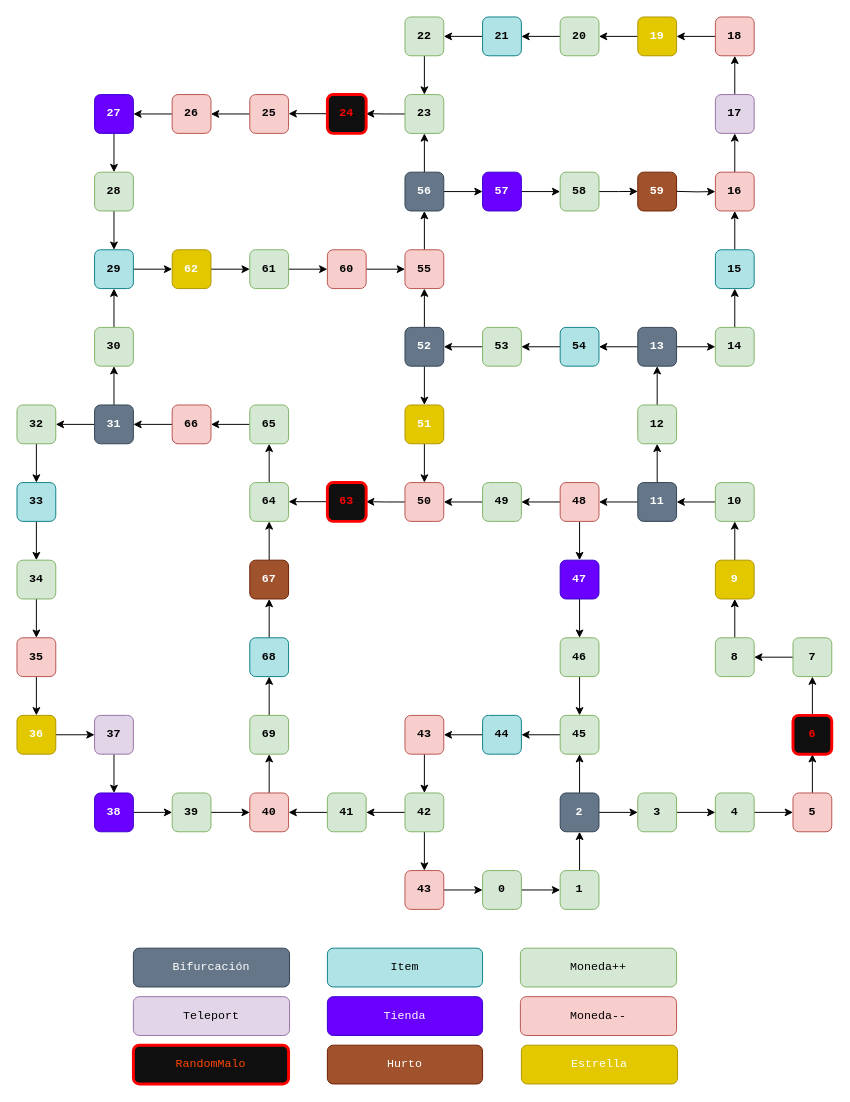
Before: docs/map0.drawio in hansolo-unlam/MarioParty, a draw.io diagram. Source tidied: cells renumbered, new cells numbered last; positions are measured from the earlier drawing's top-left corner, leaving out a move shared by most shapes. Both pictures are drawn from the tidied source at 97%, with x=0, y=0 at pixel (16, 16).
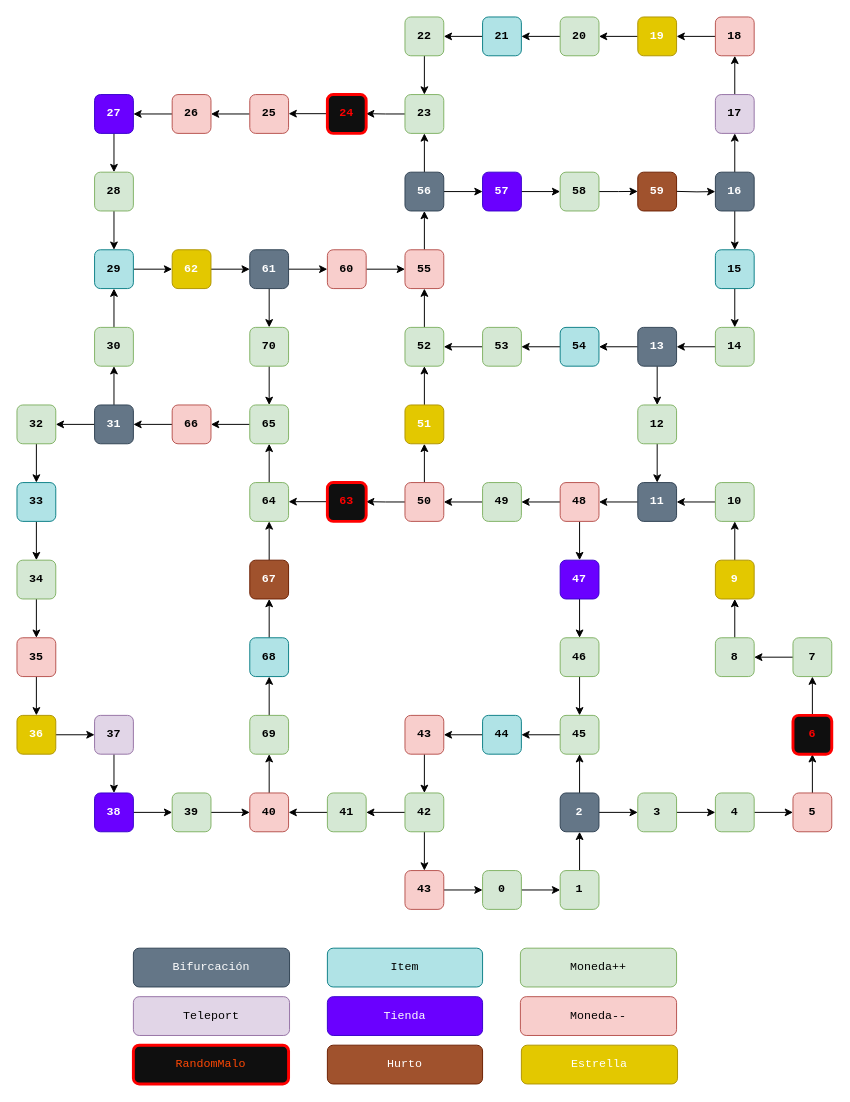
Above is the later version.

Commit message:
Arreglada cagada que me mandé en el mapa

Unchanged cells that the change refers to:
```xml
<mxCell id="32" value="11" style="rounded=1;whiteSpace=wrap;html=1;fontFamily=Courier New;fillColor=#647687;strokeColor=#314354;fontColor=#ffffff;fontStyle=1;" parent="1" vertex="1">
  <mxGeometry x="640" y="480" width="40" height="40" as="geometry" />
</mxCell>
<mxCell id="49" value="50" style="rounded=1;whiteSpace=wrap;html=1;fontFamily=Courier New;fillColor=#f8cecc;strokeColor=#b85450;fontStyle=1;" parent="1" vertex="1">
  <mxGeometry x="400" y="480" width="40" height="40" as="geometry" />
</mxCell>
<mxCell id="52" value="12" style="rounded=1;whiteSpace=wrap;html=1;fontFamily=Courier New;fillColor=#d5e8d4;strokeColor=#82b366;fontStyle=1;" parent="1" vertex="1">
  <mxGeometry x="640" y="400" width="40" height="40" as="geometry" />
</mxCell>
<mxCell id="54" value="14" style="rounded=1;whiteSpace=wrap;html=1;fontFamily=Courier New;fillColor=#d5e8d4;strokeColor=#82b366;fontStyle=1;" parent="1" vertex="1">
  <mxGeometry x="720" y="320" width="40" height="40" as="geometry" />
</mxCell>
<mxCell id="89" value="65" style="rounded=1;whiteSpace=wrap;html=1;fontFamily=Courier New;fillColor=#d5e8d4;strokeColor=#82b366;fontStyle=1;" parent="1" vertex="1">
  <mxGeometry x="240" y="400" width="40" height="40" as="geometry" />
</mxCell>
<mxCell id="112" value="51" style="rounded=1;whiteSpace=wrap;html=1;fontFamily=Courier New;fillColor=#e3c800;strokeColor=#B09500;fontColor=#ffffff;fontStyle=1;" parent="1" vertex="1">
  <mxGeometry x="400" y="400" width="40" height="40" as="geometry" />
</mxCell>
<mxCell id="119" value="13" style="rounded=1;whiteSpace=wrap;html=1;fontFamily=Courier New;fillColor=#647687;strokeColor=#314354;fontColor=#ffffff;fontStyle=1;" parent="1" vertex="1">
  <mxGeometry x="640" y="320" width="40" height="40" as="geometry" />
</mxCell>
<mxCell id="121" value="15" style="rounded=1;whiteSpace=wrap;html=1;fontFamily=Courier New;fillColor=#b0e3e6;strokeColor=#0e8088;fontStyle=1;" parent="1" vertex="1">
  <mxGeometry x="720" y="240" width="40" height="40" as="geometry" />
</mxCell>
```

Diff of the diagram source:
```diff
@@
-    <mxCell id="31" style="edgeStyle=orthogonalEdgeStyle;rounded=0;jettySize=auto;html=1;exitX=0.5;exitY=0;exitDx=0;exitDy=0;entryX=0.5;entryY=1;entryDx=0;entryDy=0;fontFamily=Courier New;fontStyle=1;" parent="1" edge="1" source="32" target="52">
-      <mxGeometry relative="1" as="geometry" />
-    </mxCell>
@@
+    <mxCell id="161" style="edgeStyle=orthogonalEdgeStyle;rounded=0;jettySize=auto;html=1;exitX=0.5;exitY=0;exitDx=0;exitDy=0;entryX=0.5;entryY=1;entryDx=0;entryDy=0;fontFamily=Courier New;" parent="1" edge="1" source="49" target="112">
+      <mxGeometry relative="1" as="geometry" />
+    </mxCell>
@@
-    <mxCell id="51" style="edgeStyle=orthogonalEdgeStyle;rounded=0;jettySize=auto;html=1;exitX=0.5;exitY=0;exitDx=0;exitDy=0;entryX=0.5;entryY=1;entryDx=0;entryDy=0;fontFamily=Courier New;fontStyle=1;" parent="1" edge="1" source="52" target="119">
-      <mxGeometry relative="1" as="geometry" />
-    </mxCell>
+    <mxCell id="162" style="edgeStyle=orthogonalEdgeStyle;rounded=0;jettySize=auto;html=1;exitX=0.5;exitY=1;exitDx=0;exitDy=0;entryX=0.5;entryY=0;entryDx=0;entryDy=0;fontFamily=Courier New;" parent="1" edge="1" source="52" target="32">
+      <mxGeometry relative="1" as="geometry" />
+    </mxCell>
@@
-    <mxCell id="53" style="edgeStyle=orthogonalEdgeStyle;rounded=0;jettySize=auto;html=1;exitX=0.5;exitY=0;exitDx=0;exitDy=0;entryX=0.5;entryY=1;entryDx=0;entryDy=0;fontFamily=Courier New;fontStyle=1;" parent="1" edge="1" source="54" target="121">
-      <mxGeometry relative="1" as="geometry" />
-    </mxCell>
+    <mxCell id="163" style="edgeStyle=orthogonalEdgeStyle;rounded=0;jettySize=auto;html=1;exitX=0;exitY=0.5;exitDx=0;exitDy=0;entryX=1;entryY=0.5;entryDx=0;entryDy=0;fontFamily=Courier New;" parent="1" edge="1" source="54" target="119">
+      <mxGeometry relative="1" as="geometry" />
+    </mxCell>
@@
+    <mxCell id="164" style="edgeStyle=orthogonalEdgeStyle;rounded=0;jettySize=auto;html=1;exitX=0.5;exitY=1;exitDx=0;exitDy=0;entryX=0.5;entryY=0;entryDx=0;entryDy=0;fontFamily=Courier New;" parent="1" edge="1" source="103" target="170">
+      <mxGeometry relative="1" as="geometry" />
+    </mxCell>
-    <mxCell id="103" value="61" style="rounded=1;whiteSpace=wrap;html=1;fontFamily=Courier New;fillColor=#d5e8d4;strokeColor=#82b366;fontStyle=1;" parent="1" vertex="1">
+    <mxCell id="103" value="61" style="rounded=1;whiteSpace=wrap;html=1;fontFamily=Courier New;fillColor=#647687;strokeColor=#314354;fontStyle=1;fontColor=#ffffff;" parent="1" vertex="1">
       <mxGeometry x="240" y="240" width="40" height="40" as="geometry" />
     </mxCell>
@@
-    <mxCell id="109" style="edgeStyle=orthogonalEdgeStyle;rounded=0;jettySize=auto;html=1;fontFamily=Courier New;fontStyle=1;" parent="1" edge="1" source="110" target="112">
-      <mxGeometry relative="1" as="geometry" />
-    </mxCell>
-    <mxCell id="110" value="52" style="rounded=1;whiteSpace=wrap;html=1;fontFamily=Courier New;fillColor=#647687;strokeColor=#314354;fontColor=#ffffff;fontStyle=1;" parent="1" vertex="1">
+    <mxCell id="110" value="52" style="rounded=1;whiteSpace=wrap;html=1;fontFamily=Courier New;fillColor=#d5e8d4;strokeColor=#82b366;fontStyle=1;" parent="1" vertex="1">
       <mxGeometry x="400" y="320" width="40" height="40" as="geometry" />
     </mxCell>
-    <mxCell id="111" style="edgeStyle=orthogonalEdgeStyle;rounded=0;jettySize=auto;html=1;exitX=0.5;exitY=1;exitDx=0;exitDy=0;entryX=0.5;entryY=0;entryDx=0;entryDy=0;fontFamily=Courier New;fontStyle=1;" parent="1" edge="1" source="112" target="49">
-      <mxGeometry relative="1" as="geometry" />
-    </mxCell>
+    <mxCell id="165" style="edgeStyle=orthogonalEdgeStyle;rounded=0;jettySize=auto;html=1;exitX=0.5;exitY=0;exitDx=0;exitDy=0;entryX=0.5;entryY=1;entryDx=0;entryDy=0;fontFamily=Courier New;" parent="1" edge="1" source="112" target="110">
+      <mxGeometry relative="1" as="geometry" />
+    </mxCell>
@@
-    <mxCell id="118" style="edgeStyle=orthogonalEdgeStyle;rounded=0;jettySize=auto;html=1;exitX=1;exitY=0.5;exitDx=0;exitDy=0;entryX=0;entryY=0.5;entryDx=0;entryDy=0;fontFamily=Courier New;fontStyle=1;" parent="1" edge="1" source="119" target="54">
-      <mxGeometry relative="1" as="geometry" />
-    </mxCell>
+    <mxCell id="166" style="edgeStyle=orthogonalEdgeStyle;rounded=0;jettySize=auto;html=1;exitX=0.5;exitY=1;exitDx=0;exitDy=0;entryX=0.5;entryY=0;entryDx=0;entryDy=0;fontFamily=Courier New;" parent="1" edge="1" source="119" target="52">
+      <mxGeometry relative="1" as="geometry" />
+    </mxCell>
@@
-    <mxCell id="120" style="edgeStyle=orthogonalEdgeStyle;rounded=0;jettySize=auto;html=1;exitX=0.5;exitY=0;exitDx=0;exitDy=0;entryX=0.5;entryY=1;entryDx=0;entryDy=0;fontFamily=Courier New;fontStyle=1;" parent="1" edge="1" source="121" target="123">
-      <mxGeometry relative="1" as="geometry" />
-    </mxCell>
+    <mxCell id="167" style="edgeStyle=orthogonalEdgeStyle;rounded=0;jettySize=auto;html=1;exitX=0.5;exitY=1;exitDx=0;exitDy=0;entryX=0.5;entryY=0;entryDx=0;entryDy=0;fontFamily=Courier New;" parent="1" edge="1" source="121" target="54">
+      <mxGeometry relative="1" as="geometry" />
+    </mxCell>
@@
+    <mxCell id="168" style="edgeStyle=orthogonalEdgeStyle;rounded=0;jettySize=auto;html=1;exitX=0.5;exitY=1;exitDx=0;exitDy=0;entryX=0.5;entryY=0;entryDx=0;entryDy=0;fontFamily=Courier New;" parent="1" edge="1" source="123" target="121">
+      <mxGeometry relative="1" as="geometry" />
+    </mxCell>
-    <mxCell id="123" value="16" style="rounded=1;whiteSpace=wrap;html=1;fontFamily=Courier New;fillColor=#f8cecc;strokeColor=#b85450;fontStyle=1;" parent="1" vertex="1">
+    <mxCell id="123" value="16" style="rounded=1;whiteSpace=wrap;html=1;fontFamily=Courier New;fillColor=#647687;strokeColor=#314354;fontStyle=1;fontColor=#ffffff;" parent="1" vertex="1">
       <mxGeometry x="720" y="160" width="40" height="40" as="geometry" />
     </mxCell>
@@
+    <mxCell id="169" style="edgeStyle=orthogonalEdgeStyle;rounded=0;jettySize=auto;html=1;exitX=0.5;exitY=1;exitDx=0;exitDy=0;fontFamily=Courier New;entryX=0.5;entryY=0;entryDx=0;entryDy=0;" parent="1" edge="1" source="170" target="89">
+      <mxGeometry relative="1" as="geometry" />
+    </mxCell>
+    <mxCell id="170" value="70" style="rounded=1;whiteSpace=wrap;html=1;fontFamily=Courier New;fillColor=#d5e8d4;strokeColor=#82b366;fontStyle=1;" parent="1" vertex="1">
+      <mxGeometry x="240" y="320" width="40" height="40" as="geometry" />
+    </mxCell>
```
